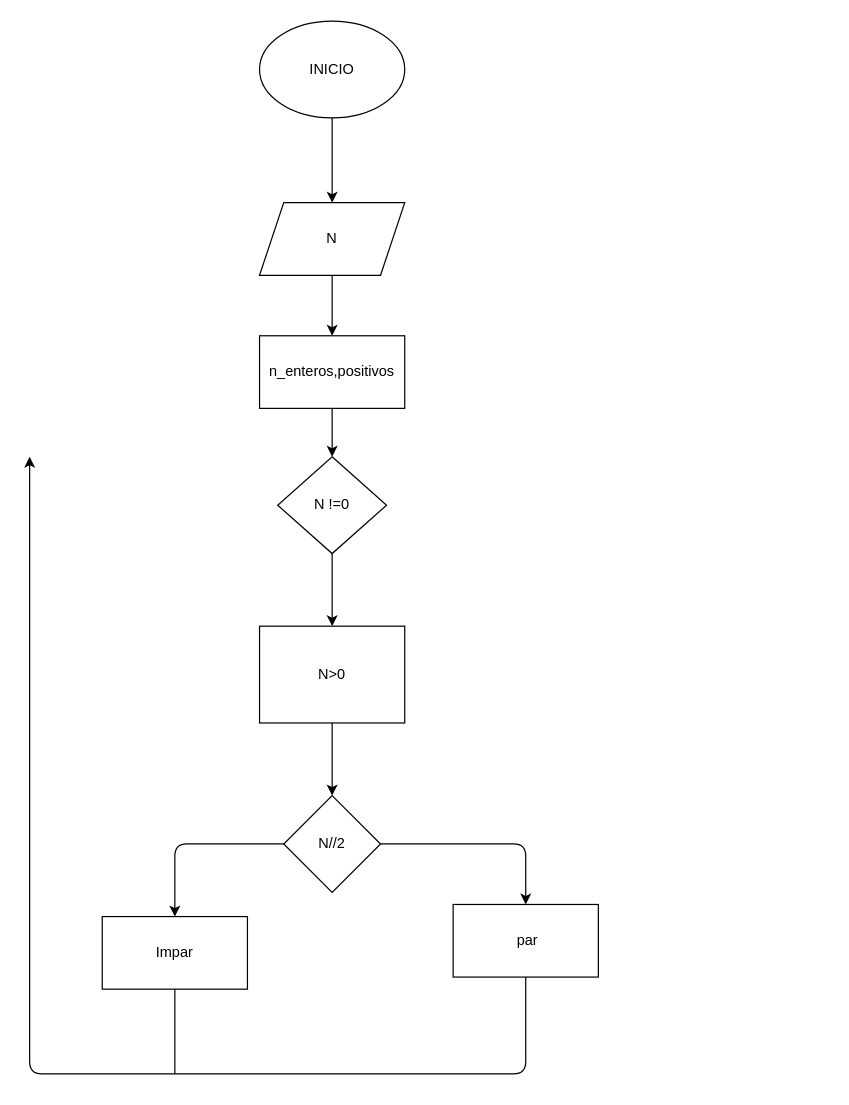
Above: diagrama.drawio in Cayalam/lectura_numeros (draw.io), before the change. Source tidied: cells renumbered, new cells numbered last; positions are measured from the earlier drawing's top-left corner, leaving out a move shared by most shapes. Both pictures are drawn from the tidied source at 121%, with x=0, y=0 at pixel (29, 21).
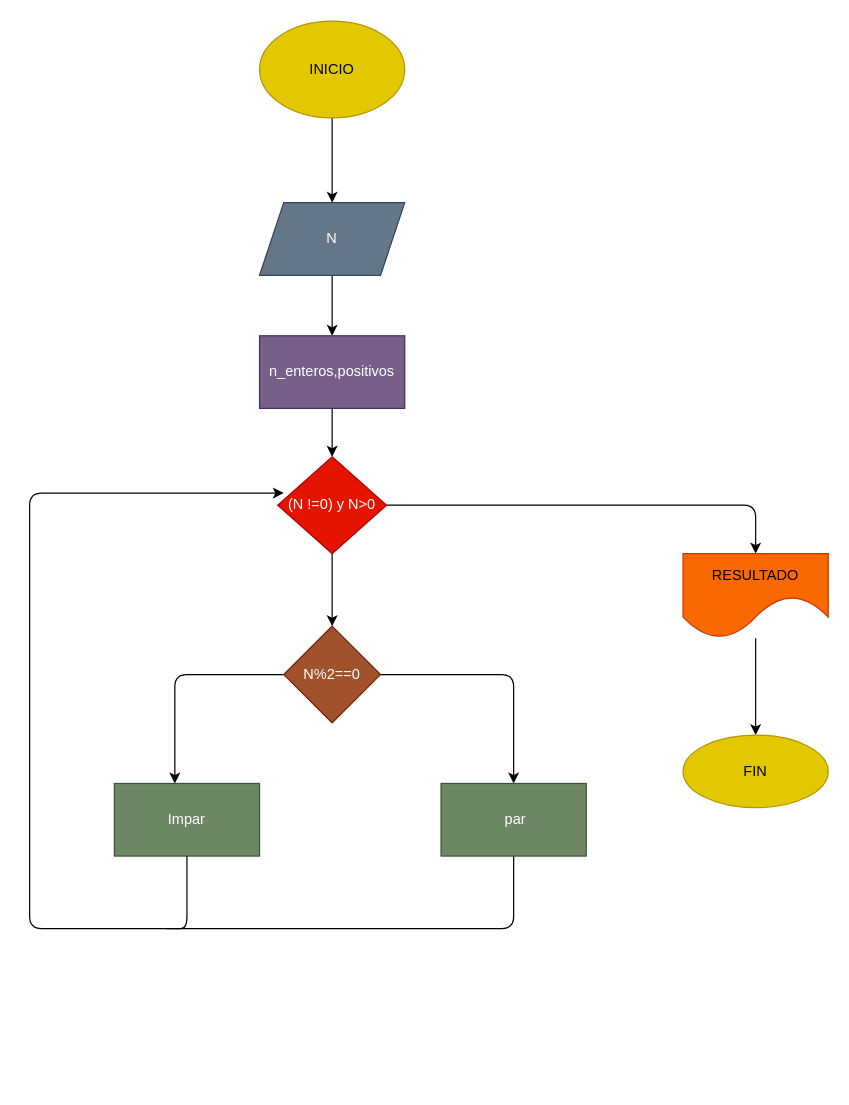
Above is the later version.

What changed in the source:
```diff
@@
-    <mxCell id="3" value="INICIO" style="ellipse;whiteSpace=wrap;html=1;" parent="1" vertex="1">
+    <mxCell id="3" value="INICIO" style="ellipse;whiteSpace=wrap;html=1;fillColor=#e3c800;fontColor=#000000;strokeColor=#B09500;" parent="1" vertex="1">
       <mxGeometry x="190" width="120" height="80" as="geometry" />
     </mxCell>
@@
-    <mxCell id="5" value="N" style="shape=parallelogram;perimeter=parallelogramPerimeter;whiteSpace=wrap;html=1;fixedSize=1;" parent="1" vertex="1">
+    <mxCell id="5" value="N" style="shape=parallelogram;perimeter=parallelogramPerimeter;whiteSpace=wrap;html=1;fixedSize=1;fillColor=#647687;fontColor=#ffffff;strokeColor=#314354;" parent="1" vertex="1">
       <mxGeometry x="190" y="150" width="120" height="60" as="geometry" />
     </mxCell>
@@
-    <mxCell id="7" value="n_enteros,positivos" style="whiteSpace=wrap;html=1;" parent="1" vertex="1">
+    <mxCell id="7" value="n_enteros,positivos" style="whiteSpace=wrap;html=1;fillColor=#76608a;fontColor=#ffffff;strokeColor=#432D57;" parent="1" vertex="1">
       <mxGeometry x="190" y="260" width="120" height="60" as="geometry" />
     </mxCell>
@@
+    <mxCell id="19" style="edgeStyle=none;html=1;" parent="1" edge="1" source="9">
+      <mxGeometry relative="1" as="geometry">
+        <mxPoint x="600" y="440" as="targetPoint" />
+        <Array as="points">
+          <mxPoint x="600" y="400" />
+        </Array>
+      </mxGeometry>
+    </mxCell>
-    <mxCell id="9" value="N !=0" style="rhombus;whiteSpace=wrap;html=1;" parent="1" vertex="1">
+    <mxCell id="9" value="(N !=0) y N&amp;gt;0" style="rhombus;whiteSpace=wrap;html=1;fillColor=#e51400;fontColor=#ffffff;strokeColor=#B20000;" parent="1" vertex="1">
       <mxGeometry x="205" y="360" width="90" height="80" as="geometry" />
     </mxCell>
-    <mxCell id="10" style="edgeStyle=none;html=1;" parent="1" edge="1" source="11">
-      <mxGeometry relative="1" as="geometry">
-        <mxPoint x="250" y="640" as="targetPoint" />
-      </mxGeometry>
-    </mxCell>
-    <mxCell id="11" value="N&amp;gt;0" style="rounded=0;whiteSpace=wrap;html=1;" parent="1" vertex="1">
-      <mxGeometry x="190" y="500" width="120" height="80" as="geometry" />
-    </mxCell>
-    <mxCell id="12" style="edgeStyle=none;html=1;" parent="1" edge="1" source="14" target="16">
+    <mxCell id="12" style="edgeStyle=none;html=1;" parent="1" edge="1" source="14">
       <mxGeometry relative="1" as="geometry">
+        <mxPoint x="400" y="630" as="targetPoint" />
         <Array as="points">
-          <mxPoint x="410" y="680" />
+          <mxPoint x="400" y="540" />
         </Array>
       </mxGeometry>
     </mxCell>
     <mxCell id="13" style="edgeStyle=none;html=1;" parent="1" edge="1" source="14">
       <mxGeometry relative="1" as="geometry">
-        <mxPoint x="120" y="740" as="targetPoint" />
+        <mxPoint x="120" y="630" as="targetPoint" />
         <Array as="points">
-          <mxPoint x="120" y="680" />
+          <mxPoint x="120" y="540" />
         </Array>
       </mxGeometry>
     </mxCell>
-    <mxCell id="14" value="N//2" style="rhombus;whiteSpace=wrap;html=1;" parent="1" vertex="1">
-      <mxGeometry x="210" y="640" width="80" height="80" as="geometry" />
+    <mxCell id="14" value="N%2==0" style="rhombus;whiteSpace=wrap;html=1;fillColor=#a0522d;fontColor=#ffffff;strokeColor=#6D1F00;" parent="1" vertex="1">
+      <mxGeometry x="210" y="500" width="80" height="80" as="geometry" />
     </mxCell>
-    <mxCell id="15" style="edgeStyle=none;html=1;" parent="1" edge="1" source="16">
-      <mxGeometry relative="1" as="geometry">
-        <mxPoint y="360" as="targetPoint" />
-        <Array as="points">
-          <mxPoint x="410" y="870" />
-          <mxPoint y="870" />
-          <mxPoint y="390" />
-        </Array>
-      </mxGeometry>
-    </mxCell>
+    <mxCell id="20" style="edgeStyle=none;html=1;entryX=0.056;entryY=0.375;entryDx=0;entryDy=0;entryPerimeter=0;" parent="1" edge="1" source="16" target="9">
+      <mxGeometry relative="1" as="geometry">
+        <Array as="points">
+          <mxPoint x="400" y="750" />
+          <mxPoint y="750" />
+          <mxPoint y="390" />
+        </Array>
+      </mxGeometry>
+    </mxCell>
-    <mxCell id="16" value="&amp;nbsp;par" style="rounded=0;whiteSpace=wrap;html=1;" parent="1" vertex="1">
-      <mxGeometry x="350" y="730" width="120" height="60" as="geometry" />
+    <mxCell id="16" value="&amp;nbsp;par" style="rounded=0;whiteSpace=wrap;html=1;fillColor=#6d8764;fontColor=#ffffff;strokeColor=#3A5431;" parent="1" vertex="1">
+      <mxGeometry x="340" y="630" width="120" height="60" as="geometry" />
     </mxCell>
-    <mxCell id="17" value="Impar" style="rounded=0;whiteSpace=wrap;html=1;" parent="1" vertex="1">
-      <mxGeometry x="60" y="740" width="120" height="60" as="geometry" />
+    <mxCell id="17" value="Impar" style="rounded=0;whiteSpace=wrap;html=1;fillColor=#6d8764;fontColor=#ffffff;strokeColor=#3A5431;" parent="1" vertex="1">
+      <mxGeometry x="70" y="630" width="120" height="60" as="geometry" />
     </mxCell>
-    <mxCell id="18" style="endArrow=none;html=1;" parent="1" edge="1">
+    <mxCell id="18" style="endArrow=none;html=1;entryX=0.5;entryY=1;entryDx=0;entryDy=0;" parent="1" edge="1" target="17">
       <mxGeometry relative="1" as="geometry">
-        <mxPoint x="120" y="870" as="sourcePoint" />
-        <mxPoint x="120" y="800" as="targetPoint" />
+        <mxPoint x="120" y="750" as="sourcePoint" />
+        <Array as="points">
+          <mxPoint x="110" y="750" />
+          <mxPoint x="130" y="750" />
+        </Array>
       </mxGeometry>
     </mxCell>
+    <mxCell id="21" style="edgeStyle=none;html=1;" parent="1" edge="1" source="22">
+      <mxGeometry relative="1" as="geometry">
+        <mxPoint x="600" y="590" as="targetPoint" />
+      </mxGeometry>
+    </mxCell>
+    <mxCell id="22" value="RESULTADO" style="shape=document;whiteSpace=wrap;html=1;boundedLbl=1;size=0.5;fillColor=#fa6800;fontColor=#000000;strokeColor=#C73500;" parent="1" vertex="1">
+      <mxGeometry x="540" y="440" width="120" height="70" as="geometry" />
+    </mxCell>
+    <mxCell id="23" value="FIN" style="ellipse;whiteSpace=wrap;html=1;fillColor=#e3c800;fontColor=#000000;strokeColor=#B09500;" parent="1" vertex="1">
+      <mxGeometry x="540" y="590" width="120" height="60" as="geometry" />
+    </mxCell>
```
